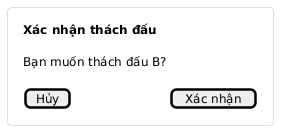
Before: docs/uml/pha3/ui-m4-confirm.png, a diagram exported from PlantUML (VattenL/mobile-pikachu). The source it was exported from:
```plantuml
@startuml
skinparam shadowing false
skinparam defaultFontSize 12
skinparam defaultFontColor #333333
skinparam rectangle {
  BackgroundColor #FFFFFF
  BorderColor #BDBDBD
  RoundCorner 8
}

rectangle Confirm [
{{salt
{
  <b>Xác nhận thách đấu
  .
  Bạn muốn thách đấu B?
  .
  [ Hủy ] | [ Xác nhận ]
}
}}
]
@enduml
```
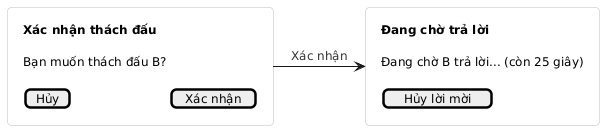
Above is the later version.

The edit, as a diff of the source:
```diff
@@ -19,4 +19,18 @@
 }
 }}
 ]
+
+rectangle Waiting [
+{{salt
+{
+  <b>Đang chờ trả lời
+  .
+  Đang chờ B trả lời... (còn 25 giây)
+  .
+  [ Hủy lời mời ]
+}
+}}
+]
+
+Confirm -right-> Waiting : Xác nhận
 @enduml
```
